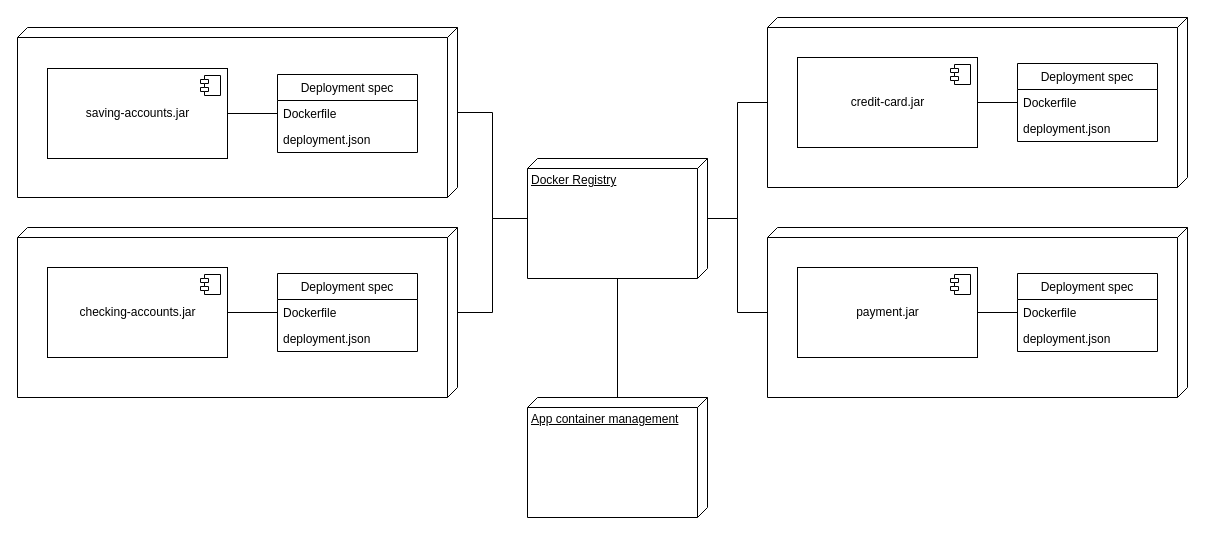
codegik/pocs keeps this draw.io diagram as architecture/mary-jane-store/Copy of 02.deployment.drawio. Above is the earlier version. Source tidied: cells renumbered, new cells numbered last; positions are measured from the earlier drawing's top-left corner, leaving out a move shared by most shapes. Both pictures are drawn from the tidied source at 100%, with x=0, y=0 at pixel (17, 17).
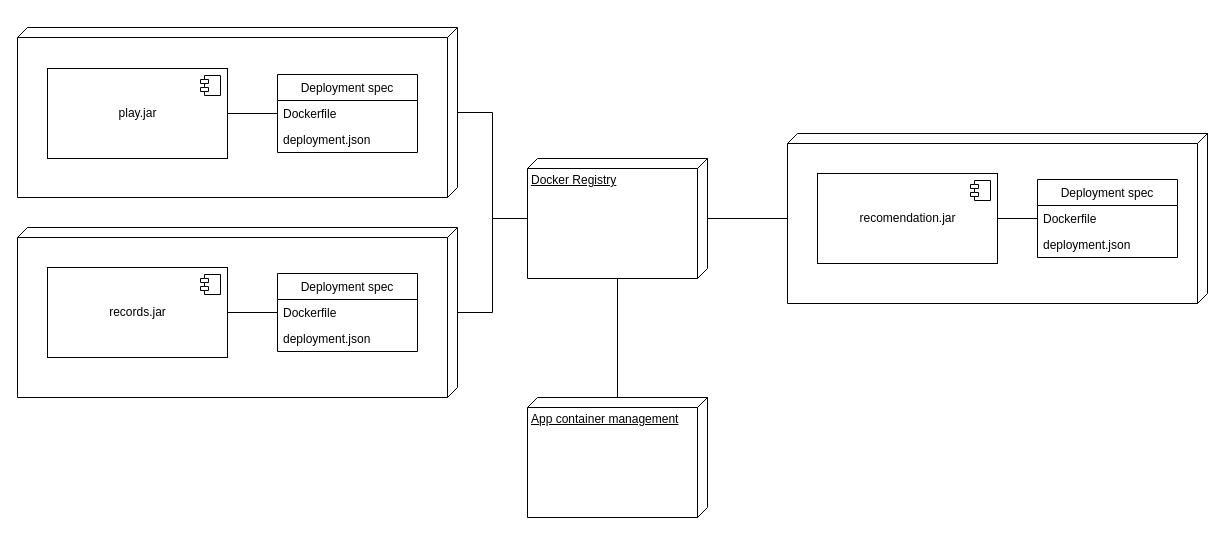
The same page after the edit.

Unchanged cells that the change refers to:
```xml
<mxCell id="23" value="Docker Registry" style="verticalAlign=top;align=left;spacingTop=8;spacingLeft=2;spacingRight=12;shape=cube;size=10;direction=south;fontStyle=4;html=1;" parent="1" vertex="1">
  <mxGeometry x="510" y="141" width="180" height="120" as="geometry" />
</mxCell>
```

What changed in the source:
```diff
@@
-    <mxCell id="2" style="edgeStyle=orthogonalEdgeStyle;rounded=0;jettySize=auto;html=1;endArrow=none;endFill=0;" parent="1" edge="1" source="3" target="23">
-      <mxGeometry relative="1" as="geometry" />
-    </mxCell>
-    <mxCell id="3" style="verticalAlign=top;align=left;spacingTop=8;spacingLeft=2;spacingRight=12;shape=cube;size=10;direction=south;fontStyle=4;html=1;" parent="1" vertex="1">
-      <mxGeometry x="750" y="210" width="420" height="170" as="geometry" />
-    </mxCell>
@@
     <mxCell id="5" style="verticalAlign=top;align=left;spacingTop=8;spacingLeft=2;spacingRight=12;shape=cube;size=10;direction=south;fontStyle=4;html=1;" parent="1" vertex="1">
-      <mxGeometry x="750" width="420" height="170" as="geometry" />
+      <mxGeometry x="770" y="116" width="420" height="170" as="geometry" />
     </mxCell>
@@
-    <mxCell id="11" value="saving-accounts.jar" style="html=1;" parent="1" vertex="1">
+    <mxCell id="11" value="play.jar" style="html=1;" parent="1" vertex="1">
       <mxGeometry x="30" y="51" width="180" height="90" as="geometry" />
     </mxCell>
@@
-    <mxCell id="14" value="checking-accounts.jar" style="html=1;" parent="1" vertex="1">
+    <mxCell id="14" value="records.jar" style="html=1;" parent="1" vertex="1">
       <mxGeometry x="30" y="250" width="180" height="90" as="geometry" />
     </mxCell>
@@
-    <mxCell id="17" value="credit-card.jar" style="html=1;" parent="1" vertex="1">
-      <mxGeometry x="780" y="40" width="180" height="90" as="geometry" />
+    <mxCell id="17" value="recomendation.jar" style="html=1;" parent="1" vertex="1">
+      <mxGeometry x="800" y="156" width="180" height="90" as="geometry" />
     </mxCell>
@@
-    <mxCell id="19" style="edgeStyle=orthogonalEdgeStyle;rounded=0;jettySize=auto;html=1;endArrow=none;endFill=0;" parent="1" edge="1" source="20" target="34">
-      <mxGeometry relative="1" as="geometry" />
-    </mxCell>
-    <mxCell id="20" value="payment.jar" style="html=1;" parent="1" vertex="1">
-      <mxGeometry x="780" y="250" width="180" height="90" as="geometry" />
-    </mxCell>
-    <mxCell id="21" style="shape=module;jettyWidth=8;jettyHeight=4;" parent="20" vertex="1">
-      <mxGeometry x="1" width="20" height="20" relative="1" as="geometry">
-        <mxPoint x="-27" y="7" as="offset" />
-      </mxGeometry>
-    </mxCell>
@@
     <mxCell id="31" value="Deployment spec" style="swimlane;fontStyle=0;horizontal=1;startSize=26;fillColor=none;" parent="1" vertex="1">
-      <mxGeometry x="1000" y="46" width="140" height="78" as="geometry" />
+      <mxGeometry x="1020" y="162" width="140" height="78" as="geometry" />
     </mxCell>
@@
-    <mxCell id="34" value="Deployment spec" style="swimlane;fontStyle=0;horizontal=1;startSize=26;fillColor=none;" parent="1" vertex="1">
-      <mxGeometry x="1000" y="256" width="140" height="78" as="geometry" />
-    </mxCell>
-    <mxCell id="35" value="Dockerfile" style="text;strokeColor=none;fillColor=none;align=left;verticalAlign=top;spacingLeft=4;spacingRight=4;overflow=hidden;" parent="34" vertex="1">
-      <mxGeometry y="26" width="140" height="26" as="geometry" />
-    </mxCell>
-    <mxCell id="36" value="deployment.json" style="text;strokeColor=none;fillColor=none;align=left;verticalAlign=top;spacingLeft=4;spacingRight=4;overflow=hidden;" parent="34" vertex="1">
-      <mxGeometry y="52" width="140" height="26" as="geometry" />
-    </mxCell>
```
